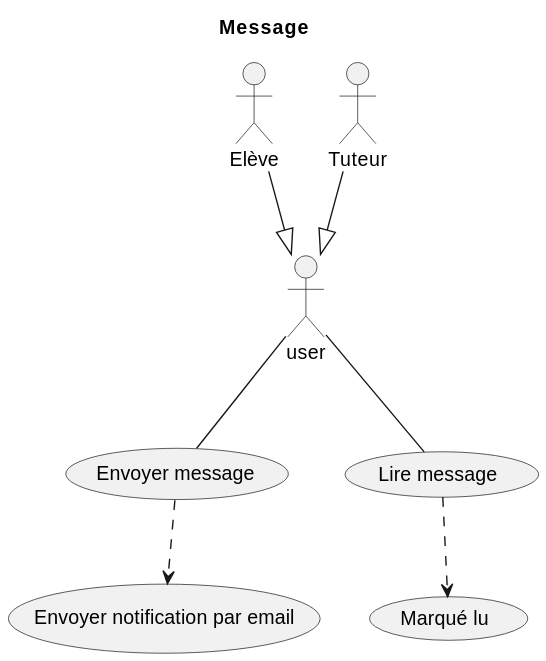
The PlantUML diagram docs/diagrams/communication/message.svg in KMBCL/P3_specifications, before a commit.
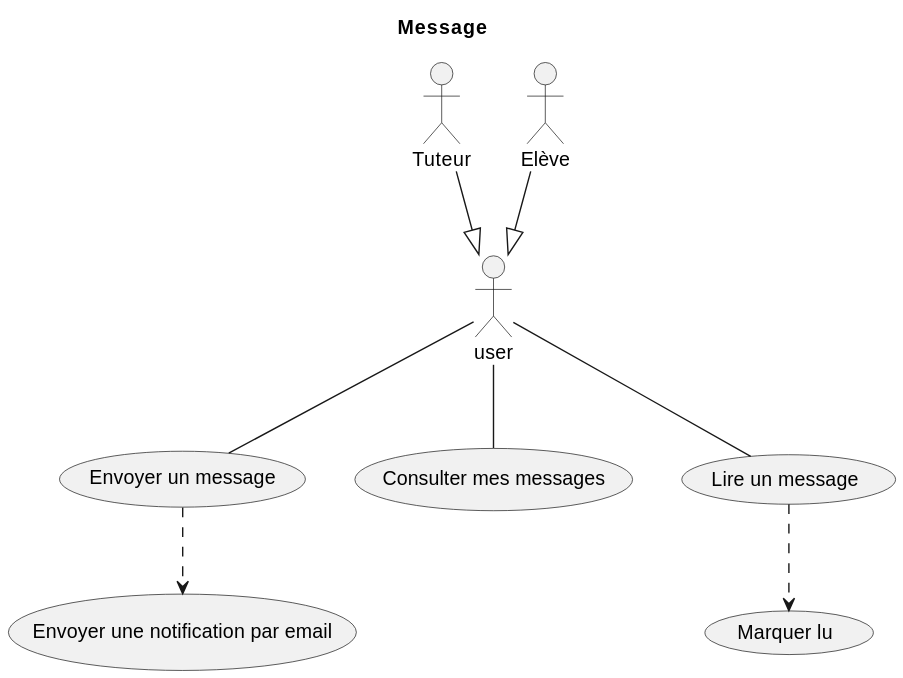
The same file after the commit.

What changed in the source:
```diff
@@ -3,16 +3,18 @@
 
 !include /specifications/docs/diagrams/actors/common.puml
 
-usecase "Envoyer message" as send_message
-usecase "Lire message" as read_message
-usecase "Marqué lu" as set_read_message
-usecase "Envoyer notification par email" as send_email_notification
+usecase "Envoyer un message" as send_message
+usecase "Consulter mes messages" as see_messages
+usecase "Lire un message" as read_message
+usecase "Marquer lu" as set_read_message
+usecase "Envoyer une notification par email" as send_email_notification
 
 student --|> user
 tutor --|> user
 
 user -- send_message
 user -- read_message
+user -- see_messages
 
 send_message ..> send_email_notification
 read_message ..> set_read_message
```
